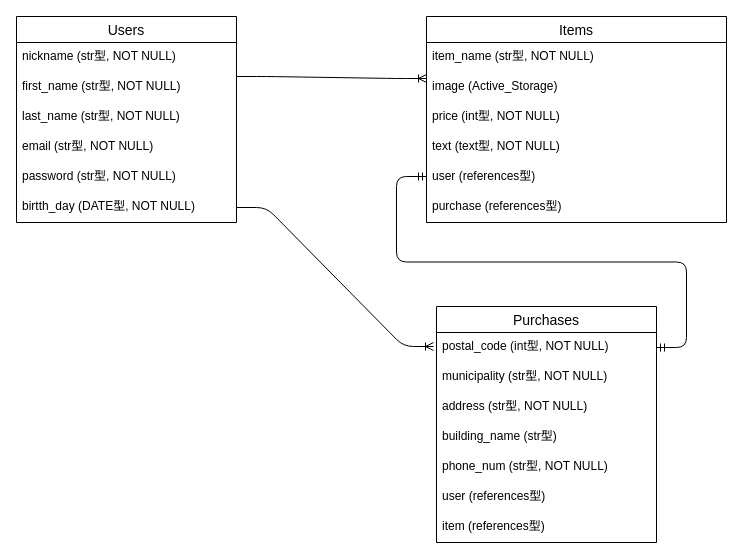
TECH99SUZUMURa/furima-35552 keeps this draw.io diagram as ER.dio. Above is the earlier version. Source tidied: cells renumbered, new cells numbered last; positions are measured from the earlier drawing's top-left corner, leaving out a move shared by most shapes. Both pictures are drawn from the tidied source at 100%, with x=0, y=0 at pixel (16, 16).
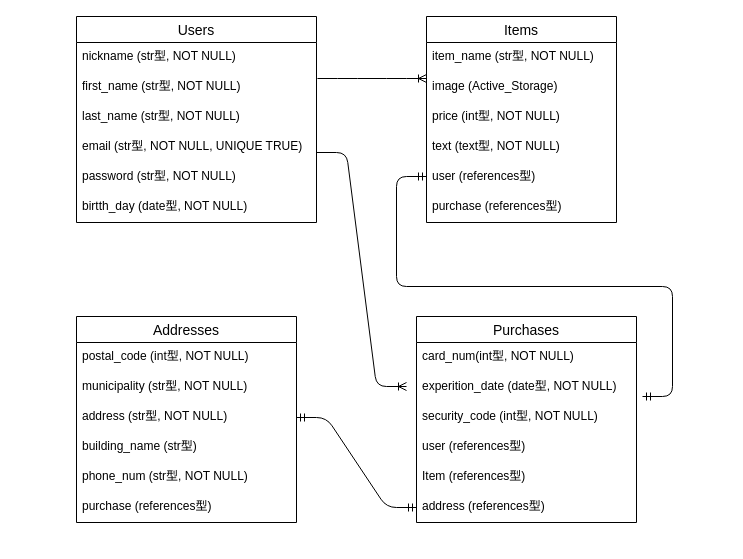
The same diagram, later.

The change refers to these unchanged cells:
```xml
<mxCell id="17" value="postal_code (int型, NOT NULL)" style="text;strokeColor=none;fillColor=none;spacingLeft=4;spacingRight=4;overflow=hidden;points=[[0,0.5],[1,0.5]];portConstraint=eastwest;fontSize=12;" parent="16" vertex="1">
  <mxGeometry y="26" width="220" height="30" as="geometry" />
</mxCell>
```

Change to the diagram source:
```diff
@@
     <mxCell id="2" value="Users" style="swimlane;fontStyle=0;horizontal=1;startSize=26;align=center;fontSize=14;" parent="1" vertex="1">
-      <mxGeometry width="220" height="206" as="geometry" />
+      <mxGeometry x="60" width="240" height="206" as="geometry" />
     </mxCell>
     <mxCell id="3" value="nickname (str型, NOT NULL)" style="text;strokeColor=none;fillColor=none;spacingLeft=4;spacingRight=4;overflow=hidden;fontSize=12;" parent="2" vertex="1">
-      <mxGeometry y="26" width="220" height="30" as="geometry" />
+      <mxGeometry y="26" width="240" height="30" as="geometry" />
     </mxCell>
     <mxCell id="4" value="first_name (str型, NOT NULL)" style="text;strokeColor=none;fillColor=none;spacingLeft=4;spacingRight=4;overflow=hidden;points=[[0,0.5],[1,0.5]];portConstraint=eastwest;fontSize=12;" parent="2" vertex="1">
-      <mxGeometry y="56" width="220" height="30" as="geometry" />
+      <mxGeometry y="56" width="240" height="30" as="geometry" />
     </mxCell>
     <mxCell id="5" value="last_name (str型, NOT NULL)" style="text;strokeColor=none;fillColor=none;spacingLeft=4;spacingRight=4;overflow=hidden;fontSize=12;" parent="2" vertex="1">
-      <mxGeometry y="86" width="220" height="30" as="geometry" />
+      <mxGeometry y="86" width="240" height="30" as="geometry" />
     </mxCell>
-    <mxCell id="6" value="email (str型, NOT NULL)" style="text;strokeColor=none;fillColor=none;spacingLeft=4;spacingRight=4;overflow=hidden;fontSize=12;" parent="2" vertex="1">
-      <mxGeometry y="116" width="220" height="30" as="geometry" />
+    <mxCell id="6" value="email (str型, NOT NULL, UNIQUE TRUE)" style="text;strokeColor=none;fillColor=none;spacingLeft=4;spacingRight=4;overflow=hidden;fontSize=12;" parent="2" vertex="1">
+      <mxGeometry y="116" width="240" height="30" as="geometry" />
     </mxCell>
     <mxCell id="7" value="password (str型, NOT NULL)" style="text;strokeColor=none;fillColor=none;spacingLeft=4;spacingRight=4;overflow=hidden;fontSize=12;" parent="2" vertex="1">
-      <mxGeometry y="146" width="220" height="30" as="geometry" />
+      <mxGeometry y="146" width="240" height="30" as="geometry" />
     </mxCell>
-    <mxCell id="8" value="birtth_day (DATE型, NOT NULL)" style="text;strokeColor=none;fillColor=none;spacingLeft=4;spacingRight=4;overflow=hidden;points=[[0,0.5],[1,0.5]];portConstraint=eastwest;fontSize=12;" parent="2" vertex="1">
-      <mxGeometry y="176" width="220" height="30" as="geometry" />
+    <mxCell id="8" value="birtth_day (date型, NOT NULL)" style="text;strokeColor=none;fillColor=none;spacingLeft=4;spacingRight=4;overflow=hidden;points=[[0,0.5],[1,0.5]];portConstraint=eastwest;fontSize=12;" parent="2" vertex="1">
+      <mxGeometry y="176" width="240" height="30" as="geometry" />
     </mxCell>
     <mxCell id="9" value="Items" style="swimlane;fontStyle=0;horizontal=1;startSize=26;align=center;fontSize=14;" parent="1" vertex="1">
-      <mxGeometry x="410" width="300" height="206" as="geometry" />
+      <mxGeometry x="410" width="190" height="206" as="geometry" />
     </mxCell>
     <mxCell id="10" value="item_name (str型, NOT NULL)" style="text;strokeColor=none;fillColor=none;spacingLeft=4;spacingRight=4;overflow=hidden;fontSize=12;" parent="9" vertex="1">
-      <mxGeometry y="26" width="300" height="30" as="geometry" />
+      <mxGeometry y="26" width="190" height="30" as="geometry" />
     </mxCell>
     <mxCell id="11" value="image (Active_Storage)" style="text;strokeColor=none;fillColor=none;spacingLeft=4;spacingRight=4;overflow=hidden;fontSize=12;" parent="9" vertex="1">
-      <mxGeometry y="56" width="300" height="30" as="geometry" />
+      <mxGeometry y="56" width="190" height="30" as="geometry" />
     </mxCell>
     <mxCell id="12" value="price (int型, NOT NULL)" style="text;strokeColor=none;fillColor=none;spacingLeft=4;spacingRight=4;overflow=hidden;fontSize=12;" parent="9" vertex="1">
-      <mxGeometry y="86" width="300" height="30" as="geometry" />
+      <mxGeometry y="86" width="190" height="30" as="geometry" />
     </mxCell>
     <mxCell id="13" value="text (text型, NOT NULL)" style="text;strokeColor=none;fillColor=none;spacingLeft=4;spacingRight=4;overflow=hidden;fontSize=12;" parent="9" vertex="1">
-      <mxGeometry y="116" width="300" height="30" as="geometry" />
+      <mxGeometry y="116" width="190" height="30" as="geometry" />
     </mxCell>
     <mxCell id="14" value="user (references型)" style="text;strokeColor=none;fillColor=none;spacingLeft=4;spacingRight=4;overflow=hidden;fontSize=12;" parent="9" vertex="1">
-      <mxGeometry y="146" width="300" height="30" as="geometry" />
+      <mxGeometry y="146" width="190" height="30" as="geometry" />
     </mxCell>
-    <mxCell id="15" value="purchase (references型)" style="text;strokeColor=none;fillColor=none;spacingLeft=4;spacingRight=4;overflow=hidden;fontSize=12;" parent="9" vertex="1">
-      <mxGeometry y="176" width="300" height="30" as="geometry" />
-    </mxCell>
+    <mxCell id="27" value="purchase (references型)" style="text;strokeColor=none;fillColor=none;spacingLeft=4;spacingRight=4;overflow=hidden;fontSize=12;" parent="9" vertex="1">
+      <mxGeometry y="176" width="190" height="30" as="geometry" />
+    </mxCell>
-    <mxCell id="16" value="Purchases" style="swimlane;fontStyle=0;horizontal=1;startSize=26;align=center;fontSize=14;" parent="1" vertex="1">
-      <mxGeometry x="420" y="290" width="220" height="236" as="geometry" />
+    <mxCell id="16" value="Addresses" style="swimlane;fontStyle=0;horizontal=1;startSize=26;align=center;fontSize=14;" parent="1" vertex="1">
+      <mxGeometry x="60" y="300" width="220" height="206" as="geometry" />
     </mxCell>
@@
+    <mxCell id="28" value="purchase (references型)" style="text;strokeColor=none;fillColor=none;spacingLeft=4;spacingRight=4;overflow=hidden;fontSize=12;" parent="16" vertex="1">
+      <mxGeometry y="176" width="220" height="30" as="geometry" />
+    </mxCell>
+    <mxCell id="24" style="edgeStyle=entityRelationEdgeStyle;fontSize=12;html=1;endArrow=ERoneToMany;exitX=1.004;exitY=0.2;exitDx=0;exitDy=0;exitPerimeter=0;" parent="1" edge="1" source="4">
+      <mxGeometry relative="1" as="geometry">
+        <mxPoint x="410" y="62" as="targetPoint" />
+      </mxGeometry>
+    </mxCell>
+    <mxCell id="26" style="edgeStyle=entityRelationEdgeStyle;fontSize=12;html=1;endArrow=ERmandOne;startArrow=ERmandOne;" parent="1" edge="1">
+      <mxGeometry relative="1" as="geometry">
+        <mxPoint x="626" y="380" as="sourcePoint" />
+        <mxPoint x="410" y="160" as="targetPoint" />
+      </mxGeometry>
+    </mxCell>
+    <mxCell id="29" value="Purchases" style="swimlane;fontStyle=0;horizontal=1;startSize=26;align=center;fontSize=14;" parent="1" vertex="1">
+      <mxGeometry x="400" y="300" width="220" height="206" as="geometry" />
+    </mxCell>
+    <mxCell id="30" value="card_num(int型, NOT NULL)" style="text;strokeColor=none;fillColor=none;spacingLeft=4;spacingRight=4;overflow=hidden;fontSize=12;" parent="29" vertex="1">
+      <mxGeometry y="26" width="220" height="30" as="geometry" />
+    </mxCell>
+    <mxCell id="31" value="experition_date (date型, NOT NULL)" style="text;strokeColor=none;fillColor=none;spacingLeft=4;spacingRight=4;overflow=hidden;fontSize=12;" parent="29" vertex="1">
+      <mxGeometry y="56" width="220" height="30" as="geometry" />
+    </mxCell>
+    <mxCell id="32" value="security_code (int型, NOT NULL)" style="text;strokeColor=none;fillColor=none;spacingLeft=4;spacingRight=4;overflow=hidden;fontSize=12;" parent="29" vertex="1">
+      <mxGeometry y="86" width="220" height="30" as="geometry" />
+    </mxCell>
-    <mxCell id="22" value="user (references型)" style="text;strokeColor=none;fillColor=none;spacingLeft=4;spacingRight=4;overflow=hidden;fontSize=12;" parent="16" vertex="1">
-      <mxGeometry y="176" width="220" height="30" as="geometry" />
+    <mxCell id="22" value="user (references型)" style="text;strokeColor=none;fillColor=none;spacingLeft=4;spacingRight=4;overflow=hidden;fontSize=12;" parent="29" vertex="1">
+      <mxGeometry y="116" width="220" height="30" as="geometry" />
     </mxCell>
-    <mxCell id="23" value="item (references型)" style="text;strokeColor=none;fillColor=none;spacingLeft=4;spacingRight=4;overflow=hidden;fontSize=12;" parent="16" vertex="1">
-      <mxGeometry y="206" width="220" height="30" as="geometry" />
-    </mxCell>
-    <mxCell id="24" style="edgeStyle=entityRelationEdgeStyle;fontSize=12;html=1;endArrow=ERoneToMany;" parent="1" edge="1">
-      <mxGeometry relative="1" as="geometry">
-        <mxPoint x="220" y="60" as="sourcePoint" />
-        <mxPoint x="410" y="62" as="targetPoint" />
-      </mxGeometry>
-    </mxCell>
-    <mxCell id="25" style="edgeStyle=entityRelationEdgeStyle;fontSize=12;html=1;endArrow=ERoneToMany;exitX=1;exitY=0.5;exitDx=0;exitDy=0;" parent="1" edge="1" source="8">
-      <mxGeometry relative="1" as="geometry">
-        <mxPoint x="417" y="330" as="targetPoint" />
-      </mxGeometry>
-    </mxCell>
-    <mxCell id="26" style="edgeStyle=entityRelationEdgeStyle;fontSize=12;html=1;endArrow=ERmandOne;startArrow=ERmandOne;exitX=1;exitY=0.5;exitDx=0;exitDy=0;" parent="1" edge="1" source="17">
-      <mxGeometry relative="1" as="geometry">
-        <mxPoint x="410" y="160" as="targetPoint" />
-      </mxGeometry>
-    </mxCell>
+    <mxCell id="33" value="Item (references型)" style="text;strokeColor=none;fillColor=none;spacingLeft=4;spacingRight=4;overflow=hidden;fontSize=12;" parent="29" vertex="1">
+      <mxGeometry y="146" width="220" height="30" as="geometry" />
+    </mxCell>
+    <mxCell id="34" value="address (references型)" style="text;strokeColor=none;fillColor=none;spacingLeft=4;spacingRight=4;overflow=hidden;points=[[0,0.5],[1,0.5]];portConstraint=eastwest;fontSize=12;" parent="29" vertex="1">
+      <mxGeometry y="176" width="220" height="30" as="geometry" />
+    </mxCell>
+    <mxCell id="35" style="edgeStyle=entityRelationEdgeStyle;fontSize=12;html=1;endArrow=ERoneToMany;" parent="1" edge="1">
+      <mxGeometry relative="1" as="geometry">
+        <mxPoint x="300" y="136" as="sourcePoint" />
+        <mxPoint x="390" y="370" as="targetPoint" />
+      </mxGeometry>
+    </mxCell>
+    <mxCell id="36" style="edgeStyle=entityRelationEdgeStyle;fontSize=12;html=1;endArrow=ERmandOne;startArrow=ERmandOne;" parent="1" edge="1" target="34">
+      <mxGeometry relative="1" as="geometry">
+        <mxPoint x="280" y="401" as="sourcePoint" />
+      </mxGeometry>
+    </mxCell>
```
